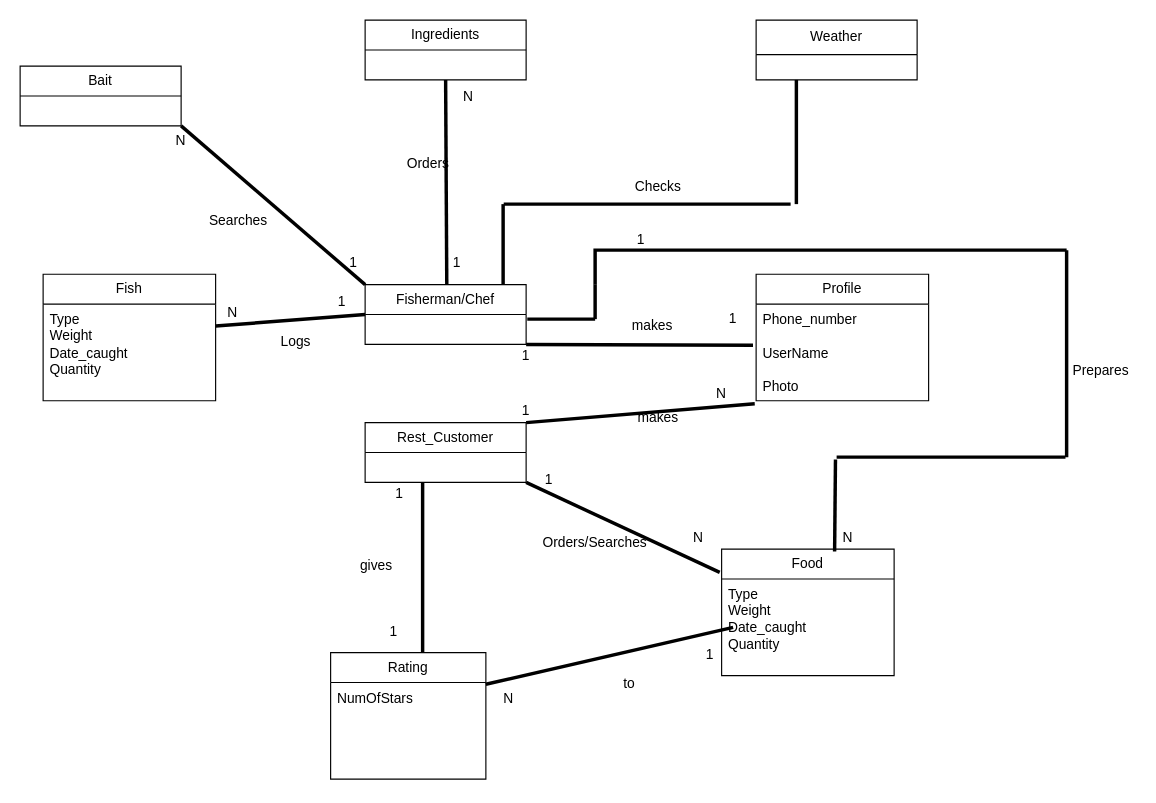
This is Deliverable 1/Untitled Diagram.drawio from TMCEID/SoftEngFishApp, a draw.io file, before an edit. Source tidied: cells renumbered, new cells numbered last; positions are measured from the earlier drawing's top-left corner, leaving out a move shared by most shapes. Both pictures are drawn from the tidied source at 115%, with x=0, y=0 at pixel (20, 20).
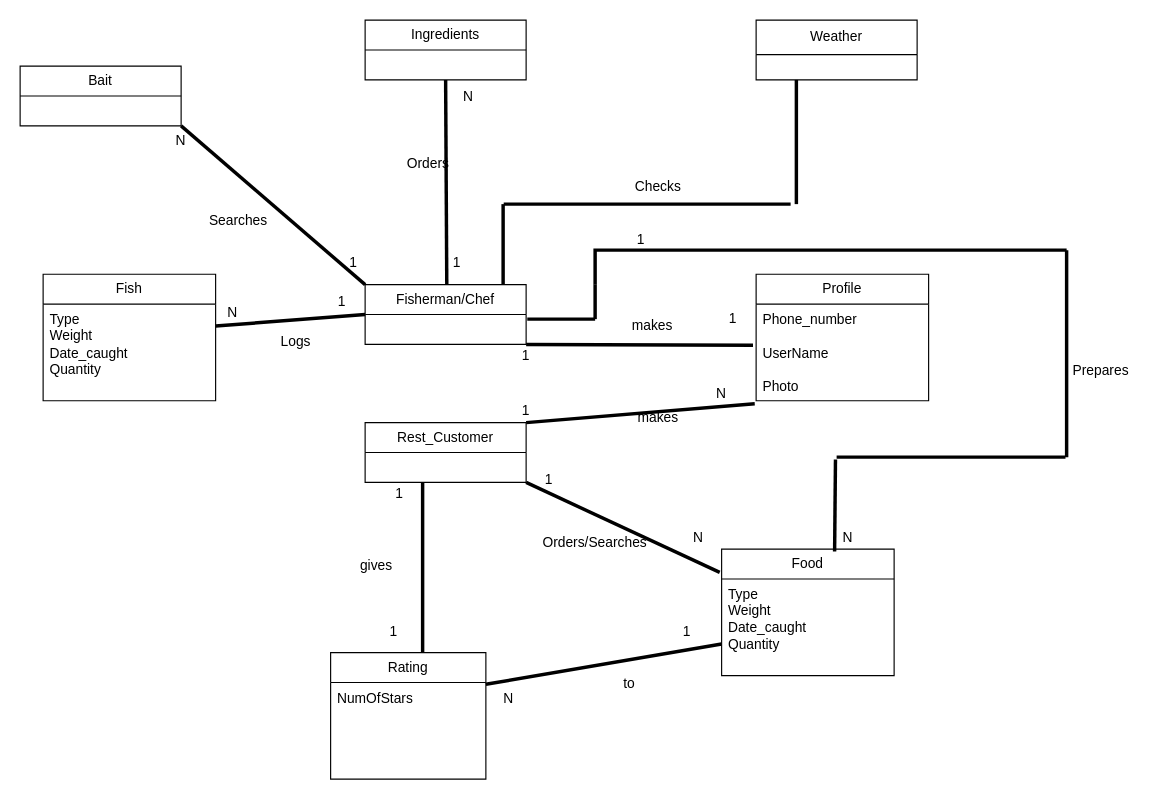
The same page after the edit.

Unchanged cells that the change refers to:
```xml
<mxCell id="39" value="&lt;div&gt;Food&lt;/div&gt;" style="swimlane;fontStyle=0;horizontal=1;startSize=26;fillColor=none;whiteSpace=wrap;html=1;" parent="1" vertex="1">
  <mxGeometry x="610" y="460" width="150" height="110" as="geometry" />
</mxCell>
<mxCell id="58" value="Rating" style="swimlane;fontStyle=0;horizontal=1;startSize=26;fillColor=none;whiteSpace=wrap;html=1;" parent="1" vertex="1">
  <mxGeometry x="270" y="550" width="135" height="110" as="geometry" />
</mxCell>
```

Diff of the diagram source:
```diff
@@
-    <mxCell id="30" style="endArrow=none;startArrow=none;endFill=0;startFill=0;endSize=8;html=1;verticalAlign=bottom;labelBackgroundColor=none;strokeWidth=3;rounded=0;exitX=1;exitY=0.25;exitDx=0;exitDy=0;entryX=0.75;entryY=1;entryDx=0;entryDy=0;" parent="1" edge="1" source="58">
-      <mxGeometry relative="1" as="geometry">
-        <mxPoint x="620" y="528" as="targetPoint" />
-      </mxGeometry>
+    <mxCell id="30" style="endArrow=none;startArrow=none;endFill=0;startFill=0;endSize=8;html=1;verticalAlign=bottom;labelBackgroundColor=none;strokeWidth=3;rounded=0;exitX=1;exitY=0.25;exitDx=0;exitDy=0;entryX=0;entryY=0.75;entryDx=0;entryDy=0;" parent="1" edge="1" source="58" target="39">
+      <mxGeometry relative="1" as="geometry" />
     </mxCell>
@@
     <mxCell id="36" value="1" style="text;html=1;align=center;verticalAlign=middle;whiteSpace=wrap;rounded=0;" parent="1" vertex="1">
-      <mxGeometry x="580" y="542" width="40" height="20" as="geometry" />
+      <mxGeometry x="560" y="522" width="40" height="20" as="geometry" />
     </mxCell>
```
